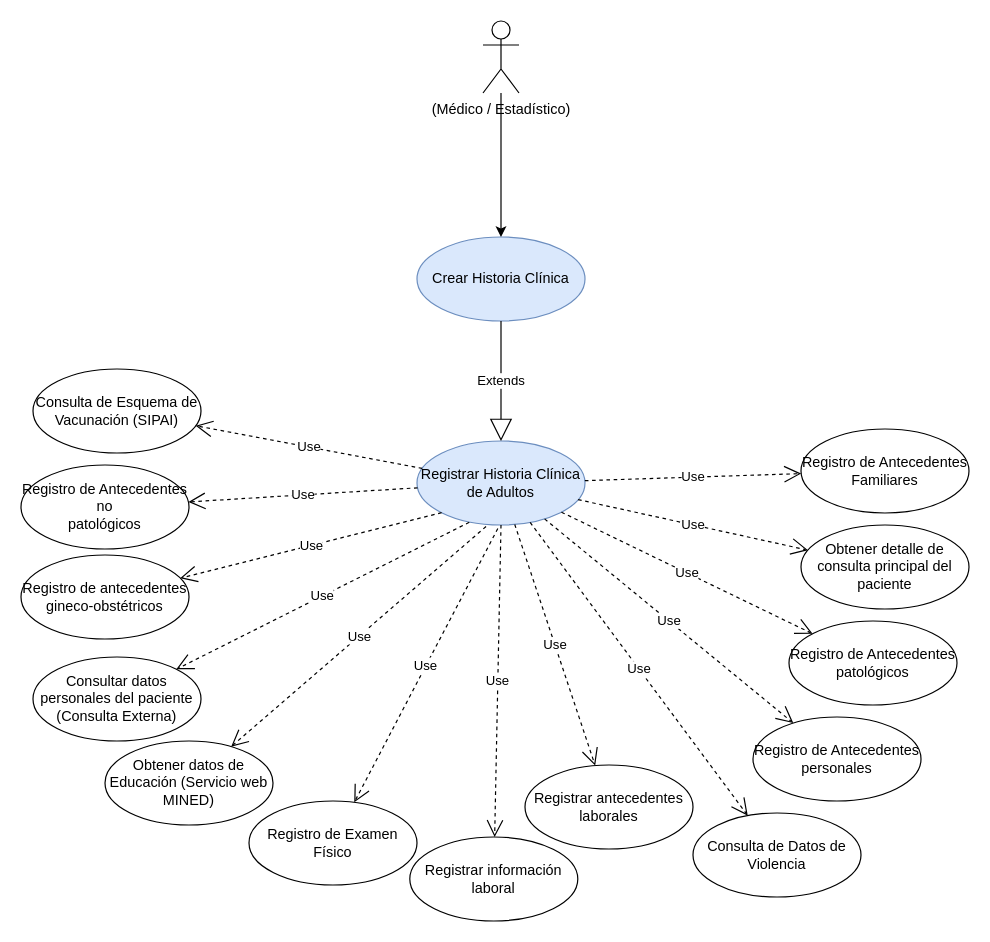
This is page "CDU HCAdulto" (3 of 8) of Casos de uso SNH.drawio from marguello86/Equipo1_MINSA, a draw.io file, before an edit. Source tidied: cells renumbered, new cells numbered last; positions are measured from the earlier drawing's top-left corner, leaving out a move shared by most shapes. Both pictures are drawn from the tidied source at 120%, with x=0, y=0 at pixel (20, 20).
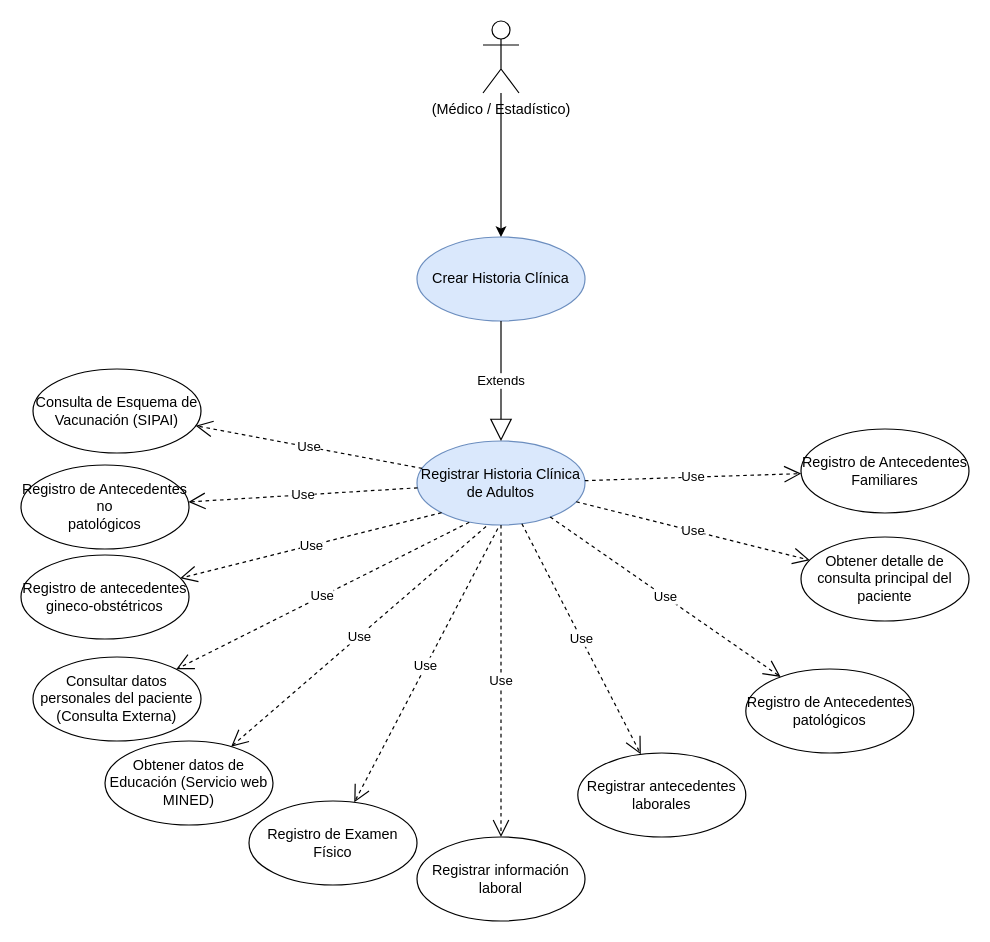
The same diagram, later.

Unchanged cells that the change refers to:
```xml
<mxCell id="2" value="Registrar Historia Clínica de Adultos" style="ellipse;whiteSpace=wrap;html=1;fillColor=#dae8fc;strokeColor=#6c8ebf;" parent="1" vertex="1">
  <mxGeometry x="330" y="350" width="140" height="70" as="geometry" />
</mxCell>
```

Diff of the diagram source:
```diff
@@
     <mxCell id="4" value="Registro de Antecedentes patológicos" style="ellipse;whiteSpace=wrap;html=1;" parent="1" vertex="1">
-      <mxGeometry x="640" y="500" width="140" height="70" as="geometry" />
+      <mxGeometry x="604" y="540" width="140" height="70" as="geometry" />
     </mxCell>
@@
     <mxCell id="8" value="Obtener detalle de consulta principal del paciente" style="ellipse;whiteSpace=wrap;html=1;" parent="1" vertex="1">
-      <mxGeometry x="650" y="420" width="140" height="70" as="geometry" />
+      <mxGeometry x="650" y="430" width="140" height="70" as="geometry" />
     </mxCell>
-    <mxCell id="9" value="Registro de Antecedentes personales" style="ellipse;whiteSpace=wrap;html=1;" parent="1" vertex="1">
-      <mxGeometry x="610" y="580" width="140" height="70" as="geometry" />
-    </mxCell>
-    <mxCell id="10" value="Consulta de Datos de Violencia" style="ellipse;whiteSpace=wrap;html=1;" parent="1" vertex="1">
-      <mxGeometry x="560" y="660" width="140" height="70" as="geometry" />
-    </mxCell>
     <mxCell id="11" value="Registrar antecedentes laborales" style="ellipse;whiteSpace=wrap;html=1;" parent="1" vertex="1">
-      <mxGeometry x="420" y="620" width="140" height="70" as="geometry" />
+      <mxGeometry x="464" y="610" width="140" height="70" as="geometry" />
     </mxCell>
     <mxCell id="12" value="Registrar información laboral" style="ellipse;whiteSpace=wrap;html=1;" parent="1" vertex="1">
-      <mxGeometry x="324" y="680" width="140" height="70" as="geometry" />
+      <mxGeometry x="330" y="680" width="140" height="70" as="geometry" />
     </mxCell>
@@
-    <mxCell id="20" value="Use" style="endArrow=open;endSize=12;dashed=1;html=1;rounded=0;" parent="1" edge="1" source="2" target="9">
-      <mxGeometry relative="1" as="geometry" />
-    </mxCell>
-    <mxCell id="21" value="Use" style="endArrow=open;endSize=12;dashed=1;html=1;rounded=0;" parent="1" edge="1" source="2" target="10">
-      <mxGeometry relative="1" as="geometry" />
-    </mxCell>
```
